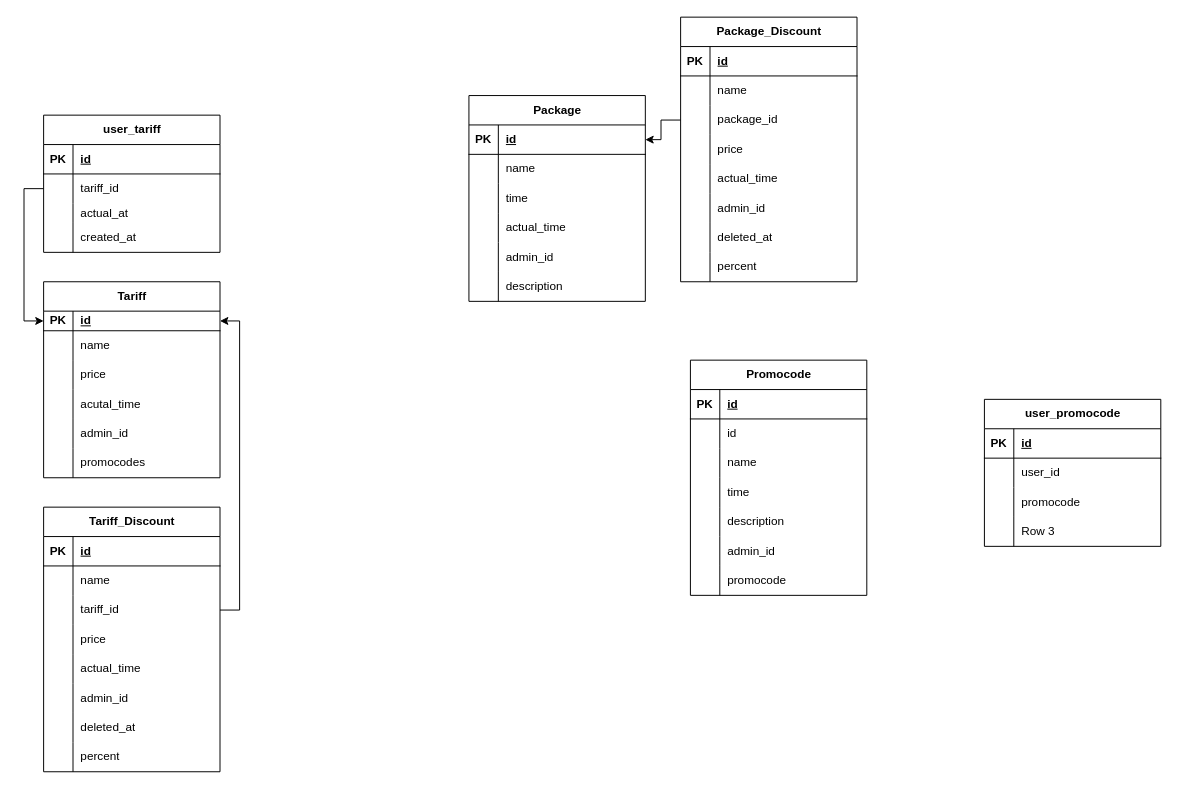
Before: Диаграмма без названия.drawio in Asliddin3/api-gateway, a draw.io diagram. Source tidied: cells renumbered, new cells numbered last; positions are measured from the earlier drawing's top-left corner, leaving out a move shared by most shapes. Both pictures are drawn from the tidied source at 98%, with x=0, y=0 at pixel (43, 17).
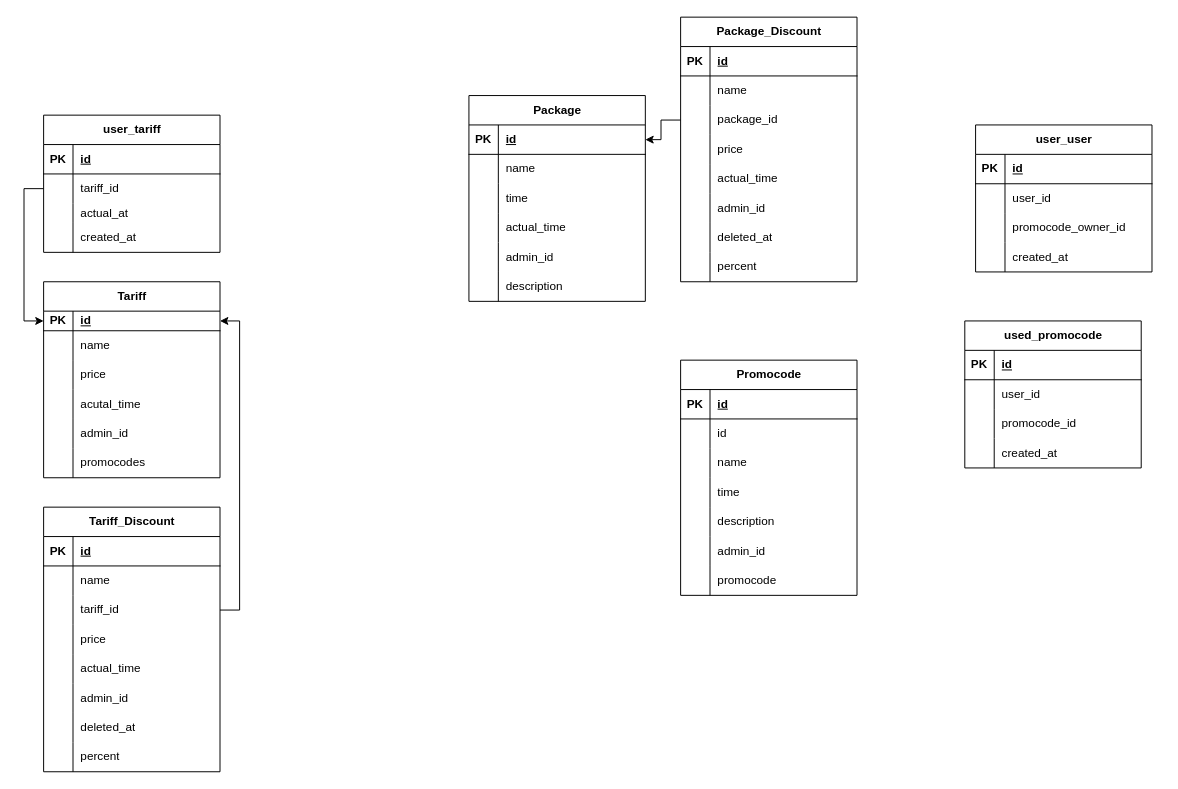
Above is the later version.

The change refers to these unchanged cells:
```xml
<mxCell id="132" style="shape=tableRow;horizontal=0;startSize=0;swimlaneHead=0;swimlaneBody=0;fillColor=none;top=0;left=0;right=0;bottom=0;" parent="125" vertex="1">
  <mxGeometry y="90" width="180" height="30" as="geometry" />
</mxCell>
<mxCell id="135" style="shape=tableRow;horizontal=0;startSize=0;swimlaneHead=0;swimlaneBody=0;fillColor=none;top=0;left=0;right=0;bottom=0;" parent="125" vertex="1">
  <mxGeometry y="120" width="180" height="30" as="geometry" />
</mxCell>
```

What changed in the source:
```diff
@@
     <mxCell id="40" value="Promocode" style="shape=table;startSize=30;childLayout=tableLayout;rowLines=0;fontStyle=1;align=center;html=1;" parent="1" vertex="1">
-      <mxGeometry x="660" y="350" width="180" height="240" as="geometry" />
+      <mxGeometry x="650" y="350" width="180" height="240" as="geometry" />
     </mxCell>
@@
-    <mxCell id="125" value="user_promocode" style="shape=table;startSize=30;childLayout=tableLayout;rowLines=0;fontStyle=1;align=center;html=1;" parent="1" vertex="1">
-      <mxGeometry x="960" y="390" width="180" height="150" as="geometry" />
+    <mxCell id="125" value="user_user" style="shape=table;startSize=30;childLayout=tableLayout;rowLines=0;fontStyle=1;align=center;html=1;" parent="1" vertex="1">
+      <mxGeometry x="951" y="110" width="180" height="150" as="geometry" />
     </mxCell>
@@
-    <mxCell id="134" value="promocode" style="shape=partialRectangle;fillColor=none;top=0;left=0;bottom=0;right=0;align=left;spacingLeft=6;overflow=hidden;whiteSpace=wrap;html=1;" parent="132" vertex="1">
+    <mxCell id="134" value="promocode_owner_id" style="shape=partialRectangle;fillColor=none;top=0;left=0;bottom=0;right=0;align=left;spacingLeft=6;overflow=hidden;whiteSpace=wrap;html=1;" parent="132" vertex="1">
       <mxGeometry x="30" width="150" height="30" as="geometry" />
     </mxCell>
@@
-    <mxCell id="137" value="Row 3" style="shape=partialRectangle;fillColor=none;top=0;left=0;bottom=0;right=0;align=left;spacingLeft=6;overflow=hidden;whiteSpace=wrap;html=1;" parent="135" vertex="1">
+    <mxCell id="137" value="created_at" style="shape=partialRectangle;fillColor=none;top=0;left=0;bottom=0;right=0;align=left;spacingLeft=6;overflow=hidden;whiteSpace=wrap;html=1;" parent="135" vertex="1">
       <mxGeometry x="30" width="150" height="30" as="geometry" />
     </mxCell>
@@
+    <mxCell id="141" value="used_promocode" style="shape=table;startSize=30;childLayout=tableLayout;rowLines=0;fontStyle=1;align=center;html=1;" parent="1" vertex="1">
+      <mxGeometry x="940" y="310" width="180" height="150" as="geometry" />
+    </mxCell>
+    <mxCell id="142" style="shape=tableRow;horizontal=0;startSize=0;swimlaneHead=0;swimlaneBody=0;fillColor=none;top=0;left=0;right=0;bottom=1;" parent="141" vertex="1">
+      <mxGeometry y="30" width="180" height="30" as="geometry" />
+    </mxCell>
+    <mxCell id="143" value="PK" style="shape=partialRectangle;fillColor=none;top=0;left=0;bottom=0;right=0;fontStyle=1;overflow=hidden;whiteSpace=wrap;html=1;" parent="142" vertex="1">
+      <mxGeometry width="30" height="30" as="geometry" />
+    </mxCell>
+    <mxCell id="144" value="id" style="shape=partialRectangle;fillColor=none;top=0;left=0;bottom=0;right=0;align=left;spacingLeft=6;fontStyle=5;overflow=hidden;whiteSpace=wrap;html=1;" parent="142" vertex="1">
+      <mxGeometry x="30" width="150" height="30" as="geometry" />
+    </mxCell>
+    <mxCell id="145" style="shape=tableRow;horizontal=0;startSize=0;swimlaneHead=0;swimlaneBody=0;fillColor=none;top=0;left=0;right=0;bottom=0;" parent="141" vertex="1">
+      <mxGeometry y="60" width="180" height="30" as="geometry" />
+    </mxCell>
+    <mxCell id="146" style="shape=partialRectangle;fillColor=none;top=0;left=0;bottom=0;right=0;overflow=hidden;whiteSpace=wrap;html=1;" parent="145" vertex="1">
+      <mxGeometry width="30" height="30" as="geometry" />
+    </mxCell>
+    <mxCell id="147" value="user_id" style="shape=partialRectangle;fillColor=none;top=0;left=0;bottom=0;right=0;align=left;spacingLeft=6;overflow=hidden;whiteSpace=wrap;html=1;" parent="145" vertex="1">
+      <mxGeometry x="30" width="150" height="30" as="geometry" />
+    </mxCell>
+    <mxCell id="148" style="shape=tableRow;horizontal=0;startSize=0;swimlaneHead=0;swimlaneBody=0;fillColor=none;top=0;left=0;right=0;bottom=0;" parent="141" vertex="1">
+      <mxGeometry y="90" width="180" height="30" as="geometry" />
+    </mxCell>
+    <mxCell id="149" style="shape=partialRectangle;fillColor=none;top=0;left=0;bottom=0;right=0;overflow=hidden;whiteSpace=wrap;html=1;" parent="148" vertex="1">
+      <mxGeometry width="30" height="30" as="geometry" />
+    </mxCell>
+    <mxCell id="150" value="promocode_id" style="shape=partialRectangle;fillColor=none;top=0;left=0;bottom=0;right=0;align=left;spacingLeft=6;overflow=hidden;whiteSpace=wrap;html=1;" parent="148" vertex="1">
+      <mxGeometry x="30" width="150" height="30" as="geometry" />
+    </mxCell>
+    <mxCell id="151" style="shape=tableRow;horizontal=0;startSize=0;swimlaneHead=0;swimlaneBody=0;fillColor=none;top=0;left=0;right=0;bottom=0;" parent="141" vertex="1">
+      <mxGeometry y="120" width="180" height="30" as="geometry" />
+    </mxCell>
+    <mxCell id="152" style="shape=partialRectangle;fillColor=none;top=0;left=0;bottom=0;right=0;overflow=hidden;whiteSpace=wrap;html=1;" parent="151" vertex="1">
+      <mxGeometry width="30" height="30" as="geometry" />
+    </mxCell>
+    <mxCell id="153" value="created_at" style="shape=partialRectangle;fillColor=none;top=0;left=0;bottom=0;right=0;align=left;spacingLeft=6;overflow=hidden;whiteSpace=wrap;html=1;" parent="151" vertex="1">
+      <mxGeometry x="30" width="150" height="30" as="geometry" />
+    </mxCell>
```
